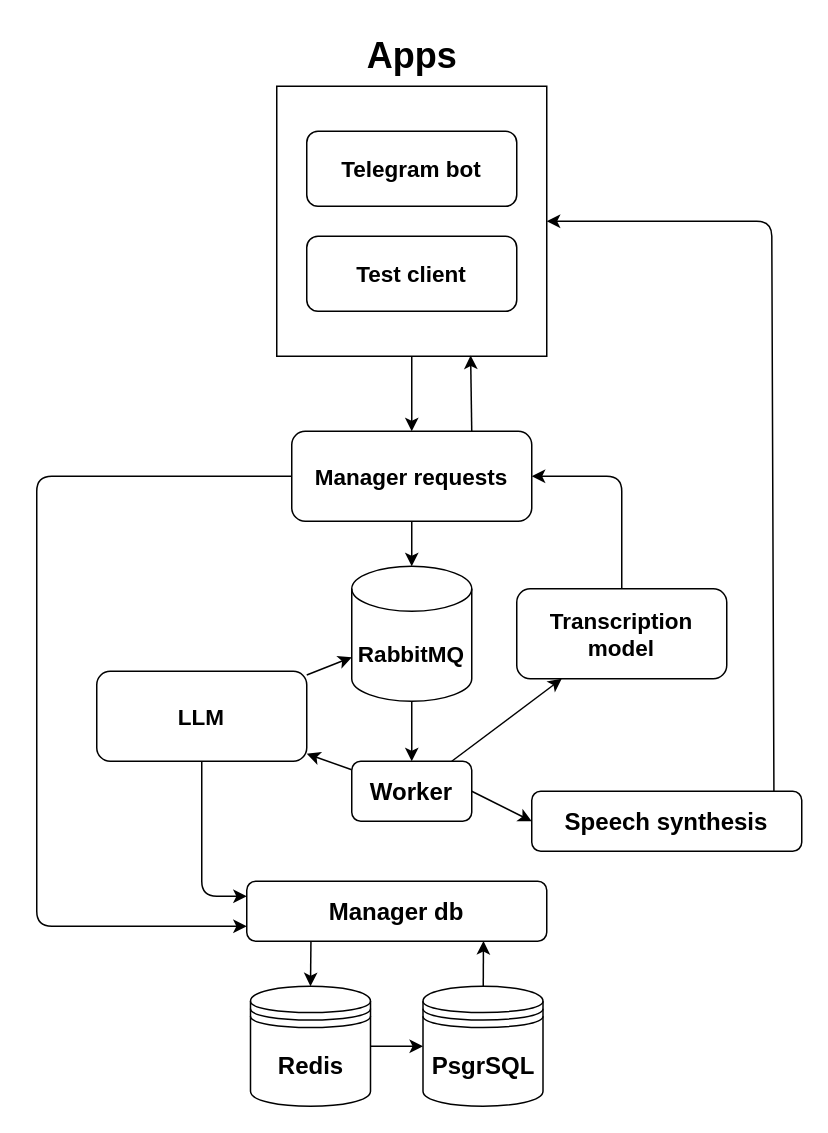
Earlier version of the draw.io diagram mikro-services.drawio (duudee0/transcription-bot). Source tidied: cells renumbered, new cells numbered last; positions are measured from the earlier drawing's top-left corner, leaving out a move shared by most shapes. Both pictures are drawn from the tidied source at 150%, with x=0, y=0 at pixel (36, 26).
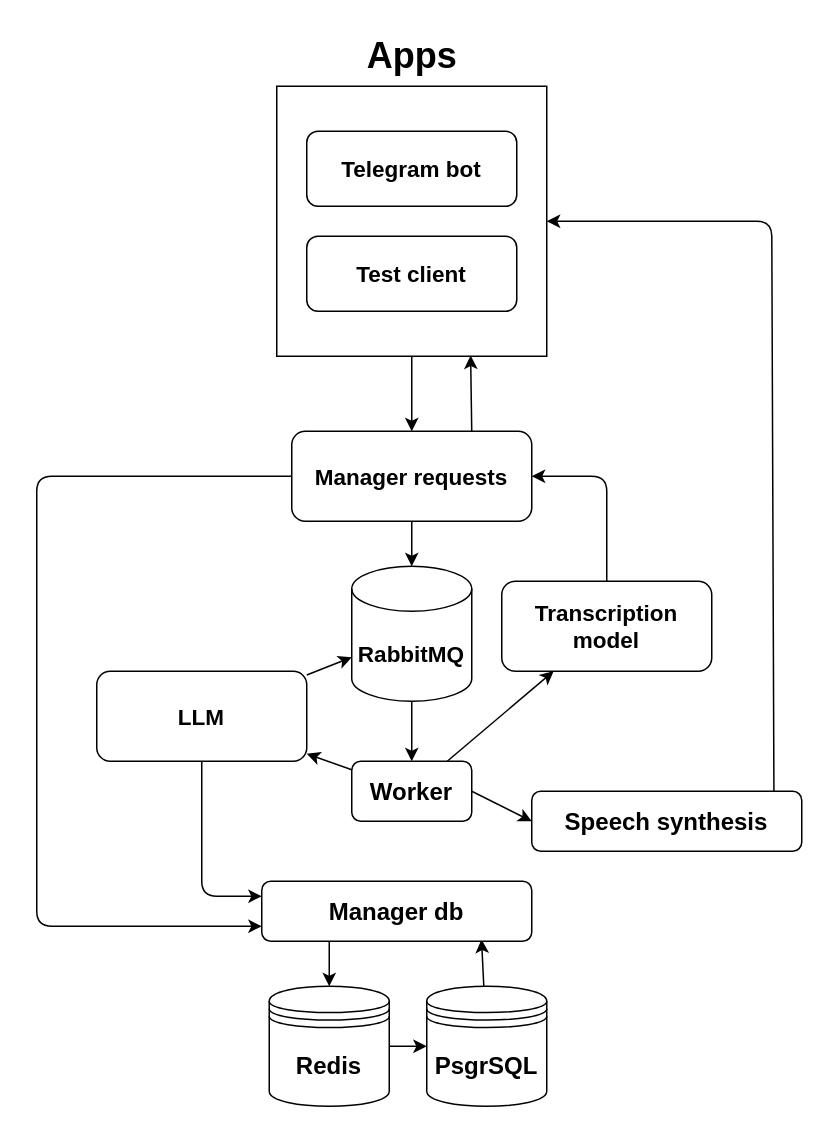
After the change.

Unchanged cells that the change refers to:
```xml
<mxCell id="8" value="&lt;span style=&quot;font-size: 15px;&quot;&gt;&lt;b&gt;Manager requests&lt;/b&gt;&lt;/span&gt;" style="rounded=1;whiteSpace=wrap;html=1;" parent="1" vertex="1">
  <mxGeometry x="170" y="270" width="160" height="60" as="geometry" />
</mxCell>
```

Change to the diagram source:
```diff
@@
     <mxCell id="13" value="&lt;b&gt;&lt;font style=&quot;font-size: 16px;&quot;&gt;Redis&lt;/font&gt;&lt;/b&gt;" style="shape=datastore;whiteSpace=wrap;html=1;" parent="1" vertex="1">
-      <mxGeometry x="142.5" y="640" width="80" height="80" as="geometry" />
+      <mxGeometry x="155" y="640" width="80" height="80" as="geometry" />
     </mxCell>
     <mxCell id="14" style="edgeStyle=none;html=1;exitX=0.5;exitY=0;exitDx=0;exitDy=0;entryX=1;entryY=0.5;entryDx=0;entryDy=0;" parent="1" edge="1" source="15" target="8">
       <mxGeometry relative="1" as="geometry">
         <Array as="points">
-          <mxPoint x="390" y="300" />
+          <mxPoint x="380" y="300" />
         </Array>
       </mxGeometry>
     </mxCell>
     <mxCell id="15" value="&lt;span style=&quot;font-size: 15px;&quot;&gt;&lt;b&gt;Transcription model&lt;/b&gt;&lt;/span&gt;" style="rounded=1;whiteSpace=wrap;html=1;" parent="1" vertex="1">
-      <mxGeometry x="320" y="375" width="140" height="60" as="geometry" />
+      <mxGeometry x="310" y="370" width="140" height="60" as="geometry" />
     </mxCell>
@@
-    <mxCell id="26" style="edgeStyle=none;html=1;entryX=0.789;entryY=0.996;entryDx=0;entryDy=0;entryPerimeter=0;" parent="1" edge="1" source="27" target="29">
+    <mxCell id="26" style="edgeStyle=none;html=1;entryX=0.814;entryY=0.971;entryDx=0;entryDy=0;entryPerimeter=0;" parent="1" edge="1" source="27" target="29">
       <mxGeometry relative="1" as="geometry" />
     </mxCell>
     <mxCell id="27" value="&lt;font style=&quot;font-size: 16px;&quot;&gt;&lt;b&gt;PsgrSQL&lt;/b&gt;&lt;/font&gt;" style="shape=datastore;whiteSpace=wrap;html=1;" parent="1" vertex="1">
-      <mxGeometry x="257.5" y="640" width="80" height="80" as="geometry" />
+      <mxGeometry x="260" y="640" width="80" height="80" as="geometry" />
     </mxCell>
-    <mxCell id="28" style="edgeStyle=none;html=1;entryX=0.5;entryY=0;entryDx=0;entryDy=0;exitX=0.214;exitY=0.986;exitDx=0;exitDy=0;exitPerimeter=0;" parent="1" edge="1" source="29" target="13">
+    <mxCell id="28" style="edgeStyle=none;html=1;exitX=0.25;exitY=1;exitDx=0;exitDy=0;entryX=0.5;entryY=0;entryDx=0;entryDy=0;" parent="1" edge="1" source="29" target="13">
       <mxGeometry relative="1" as="geometry" />
     </mxCell>
     <mxCell id="29" value="&lt;span style=&quot;font-size: 16px;&quot;&gt;&lt;b&gt;Manager db&lt;/b&gt;&lt;/span&gt;" style="rounded=1;whiteSpace=wrap;html=1;" parent="1" vertex="1">
-      <mxGeometry x="140" y="570" width="200" height="40" as="geometry" />
+      <mxGeometry x="150" y="570" width="180" height="40" as="geometry" />
     </mxCell>
```
